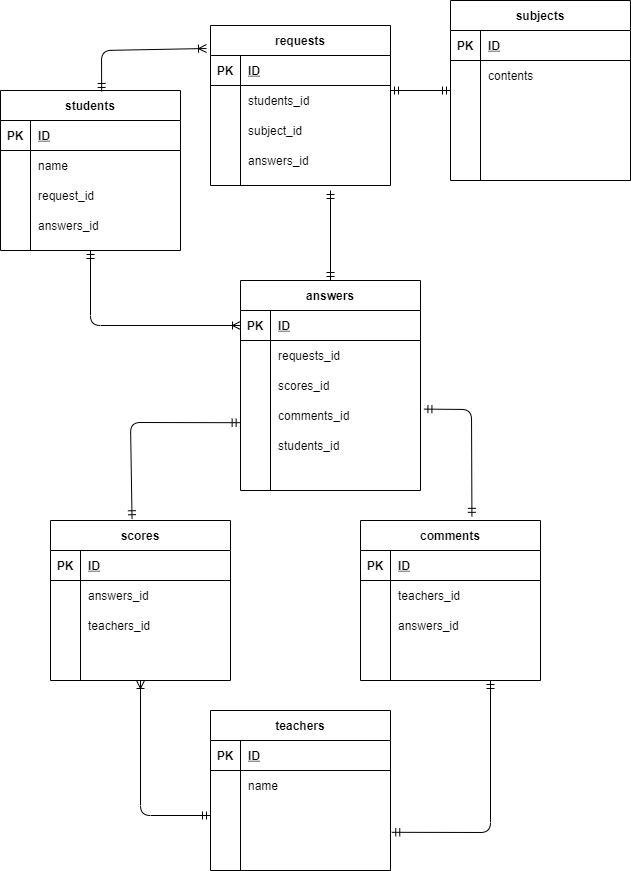
The draw.io diagram ER.drawio.png in bluemint56/coachtech-task6, before a commit. Source tidied: cells renumbered, new cells last; positions are measured from the earlier drawing's top-left corner, leaving out a move shared by most shapes.
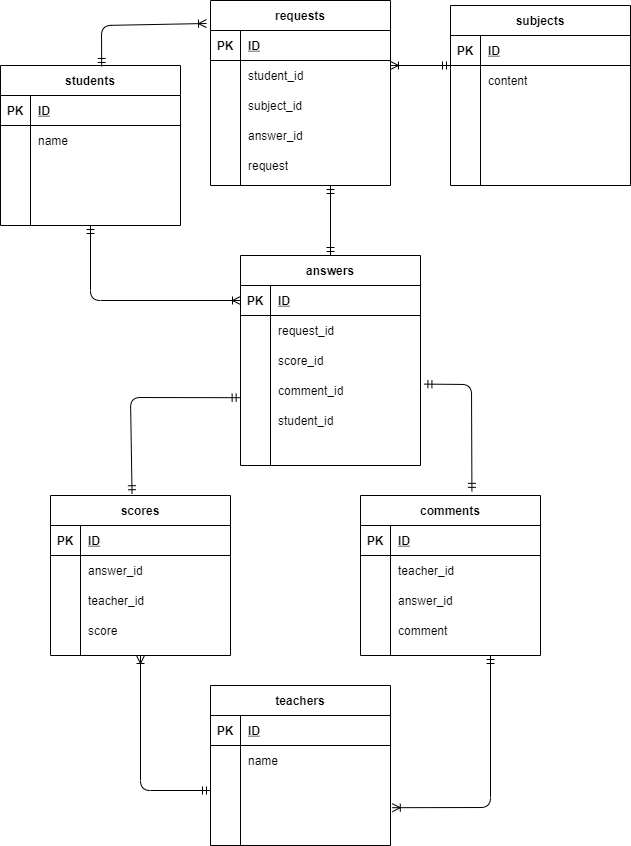
Above is the later version.

Commit message:
task6-ver3

What changed in the source:
```diff
@@ -29,7 +29,7 @@
     <mxCell id="10" style="shape=partialRectangle;fillColor=none;top=0;left=0;bottom=0;right=0;overflow=hidden;" parent="9" vertex="1">
       <mxGeometry width="30" height="30" as="geometry" />
     </mxCell>
-    <mxCell id="11" value="request_id" style="shape=partialRectangle;fillColor=none;top=0;left=0;bottom=0;right=0;align=left;spacingLeft=6;overflow=hidden;" parent="9" vertex="1">
+    <mxCell id="11" style="shape=partialRectangle;fillColor=none;top=0;left=0;bottom=0;right=0;align=left;spacingLeft=6;overflow=hidden;" parent="9" vertex="1">
       <mxGeometry x="30" width="150" height="30" as="geometry" />
     </mxCell>
     <mxCell id="12" style="shape=partialRectangle;fillColor=none;top=0;left=0;bottom=0;right=0;" parent="2" vertex="1">
@@ -38,7 +38,7 @@
     <mxCell id="13" style="shape=partialRectangle;fillColor=none;top=0;left=0;bottom=0;right=0;overflow=hidden;" parent="12" vertex="1">
       <mxGeometry width="30" height="30" as="geometry" />
     </mxCell>
-    <mxCell id="14" value="answers_id" style="shape=partialRectangle;fillColor=none;top=0;left=0;bottom=0;right=0;align=left;spacingLeft=6;overflow=hidden;" parent="12" vertex="1">
+    <mxCell id="14" style="shape=partialRectangle;fillColor=none;top=0;left=0;bottom=0;right=0;align=left;spacingLeft=6;overflow=hidden;" parent="12" vertex="1">
       <mxGeometry x="30" width="150" height="30" as="geometry" />
     </mxCell>
     <mxCell id="15" value="teachers" style="shape=table;startSize=30;rowLines=0;fontStyle=1;align=center;" parent="1" vertex="1">
@@ -81,7 +81,7 @@
       <mxGeometry x="30" width="150" height="30" as="geometry" />
     </mxCell>
     <mxCell id="28" value="subjects" style="shape=table;startSize=30;rowLines=0;fontStyle=1;align=center;" parent="1" vertex="1">
-      <mxGeometry x="450" width="180" height="180" as="geometry" />
+      <mxGeometry x="450" y="30" width="180" height="180" as="geometry" />
     </mxCell>
     <mxCell id="29" style="shape=partialRectangle;fillColor=none;top=0;left=0;bottom=1;right=0;" parent="28" vertex="1">
       <mxGeometry y="30" width="180" height="30" as="geometry" />
@@ -98,7 +98,7 @@
     <mxCell id="33" style="shape=partialRectangle;fillColor=none;top=0;left=0;bottom=0;right=0;overflow=hidden;" parent="32" vertex="1">
       <mxGeometry width="30" height="30" as="geometry" />
     </mxCell>
-    <mxCell id="34" value="contents" style="shape=partialRectangle;fillColor=none;top=0;left=0;bottom=0;right=0;align=left;spacingLeft=6;overflow=hidden;" parent="32" vertex="1">
+    <mxCell id="34" value="content" style="shape=partialRectangle;fillColor=none;top=0;left=0;bottom=0;right=0;align=left;spacingLeft=6;overflow=hidden;" parent="32" vertex="1">
       <mxGeometry x="30" width="150" height="30" as="geometry" />
     </mxCell>
     <mxCell id="35" style="shape=partialRectangle;fillColor=none;top=0;left=0;bottom=0;right=0;" parent="28" vertex="1">
@@ -146,7 +146,7 @@
     <mxCell id="49" style="shape=partialRectangle;fillColor=none;top=0;left=0;bottom=0;right=0;overflow=hidden;" parent="48" vertex="1">
       <mxGeometry width="30" height="30" as="geometry" />
     </mxCell>
-    <mxCell id="50" value="requests_id" style="shape=partialRectangle;fillColor=none;top=0;left=0;bottom=0;right=0;align=left;spacingLeft=6;overflow=hidden;" parent="48" vertex="1">
+    <mxCell id="50" value="request_id" style="shape=partialRectangle;fillColor=none;top=0;left=0;bottom=0;right=0;align=left;spacingLeft=6;overflow=hidden;" parent="48" vertex="1">
       <mxGeometry x="30" width="150" height="30" as="geometry" />
     </mxCell>
     <mxCell id="51" style="shape=partialRectangle;fillColor=none;top=0;left=0;bottom=0;right=0;" parent="44" vertex="1">
@@ -155,7 +155,7 @@
     <mxCell id="52" style="shape=partialRectangle;fillColor=none;top=0;left=0;bottom=0;right=0;overflow=hidden;" parent="51" vertex="1">
       <mxGeometry width="30" height="30" as="geometry" />
     </mxCell>
-    <mxCell id="53" value="scores_id" style="shape=partialRectangle;fillColor=none;top=0;left=0;bottom=0;right=0;align=left;spacingLeft=6;overflow=hidden;" parent="51" vertex="1">
+    <mxCell id="53" value="score_id" style="shape=partialRectangle;fillColor=none;top=0;left=0;bottom=0;right=0;align=left;spacingLeft=6;overflow=hidden;" parent="51" vertex="1">
       <mxGeometry x="30" width="150" height="30" as="geometry" />
     </mxCell>
     <mxCell id="54" style="shape=partialRectangle;fillColor=none;top=0;left=0;bottom=0;right=0;points=[[0,0.5],[1,0.5]];portConstraint=eastwest;" parent="44" vertex="1">
@@ -164,7 +164,7 @@
     <mxCell id="55" style="shape=partialRectangle;fillColor=none;top=0;left=0;bottom=0;right=0;overflow=hidden;" parent="54" vertex="1">
       <mxGeometry width="30" height="30" as="geometry" />
     </mxCell>
-    <mxCell id="56" value="comments_id" style="shape=partialRectangle;fillColor=none;top=0;left=0;bottom=0;right=0;align=left;spacingLeft=6;overflow=hidden;" parent="54" vertex="1">
+    <mxCell id="56" value="comment_id" style="shape=partialRectangle;fillColor=none;top=0;left=0;bottom=0;right=0;align=left;spacingLeft=6;overflow=hidden;" parent="54" vertex="1">
       <mxGeometry x="30" width="150" height="30" as="geometry" />
     </mxCell>
     <mxCell id="57" style="shape=partialRectangle;fillColor=none;top=0;left=0;bottom=0;right=0;" parent="44" vertex="1">
@@ -173,7 +173,7 @@
     <mxCell id="58" style="shape=partialRectangle;fillColor=none;top=0;left=0;bottom=0;right=0;overflow=hidden;" parent="57" vertex="1">
       <mxGeometry width="30" height="30" as="geometry" />
     </mxCell>
-    <mxCell id="59" value="students_id" style="shape=partialRectangle;fillColor=none;top=0;left=0;bottom=0;right=0;align=left;spacingLeft=6;overflow=hidden;" parent="57" vertex="1">
+    <mxCell id="59" value="student_id" style="shape=partialRectangle;fillColor=none;top=0;left=0;bottom=0;right=0;align=left;spacingLeft=6;overflow=hidden;" parent="57" vertex="1">
       <mxGeometry x="30" width="150" height="30" as="geometry" />
     </mxCell>
     <mxCell id="60" style="shape=partialRectangle;fillColor=none;top=0;left=0;bottom=0;right=0;" parent="44" vertex="1">
@@ -203,7 +203,7 @@
     <mxCell id="68" style="shape=partialRectangle;fillColor=none;top=0;left=0;bottom=0;right=0;overflow=hidden;" parent="67" vertex="1">
       <mxGeometry width="30" height="30" as="geometry" />
     </mxCell>
-    <mxCell id="69" value="answers_id" style="shape=partialRectangle;fillColor=none;top=0;left=0;bottom=0;right=0;align=left;spacingLeft=6;overflow=hidden;" parent="67" vertex="1">
+    <mxCell id="69" value="answer_id" style="shape=partialRectangle;fillColor=none;top=0;left=0;bottom=0;right=0;align=left;spacingLeft=6;overflow=hidden;" parent="67" vertex="1">
       <mxGeometry x="30" width="150" height="30" as="geometry" />
     </mxCell>
     <mxCell id="70" style="shape=partialRectangle;fillColor=none;top=0;left=0;bottom=0;right=0;" parent="63" vertex="1">
@@ -212,7 +212,7 @@
     <mxCell id="71" style="shape=partialRectangle;fillColor=none;top=0;left=0;bottom=0;right=0;overflow=hidden;" parent="70" vertex="1">
       <mxGeometry width="30" height="30" as="geometry" />
     </mxCell>
-    <mxCell id="72" value="teachers_id" style="shape=partialRectangle;fillColor=none;top=0;left=0;bottom=0;right=0;align=left;spacingLeft=6;overflow=hidden;" parent="70" vertex="1">
+    <mxCell id="72" value="teacher_id" style="shape=partialRectangle;fillColor=none;top=0;left=0;bottom=0;right=0;align=left;spacingLeft=6;overflow=hidden;" parent="70" vertex="1">
       <mxGeometry x="30" width="150" height="30" as="geometry" />
     </mxCell>
     <mxCell id="73" style="shape=partialRectangle;fillColor=none;top=0;left=0;bottom=0;right=0;" parent="63" vertex="1">
@@ -221,7 +221,7 @@
     <mxCell id="74" style="shape=partialRectangle;fillColor=none;top=0;left=0;bottom=0;right=0;overflow=hidden;" parent="73" vertex="1">
       <mxGeometry width="30" height="30" as="geometry" />
     </mxCell>
-    <mxCell id="75" style="shape=partialRectangle;fillColor=none;top=0;left=0;bottom=0;right=0;align=left;spacingLeft=6;overflow=hidden;" parent="73" vertex="1">
+    <mxCell id="75" value="score" style="shape=partialRectangle;fillColor=none;top=0;left=0;bottom=0;right=0;align=left;spacingLeft=6;overflow=hidden;" parent="73" vertex="1">
       <mxGeometry x="30" width="150" height="30" as="geometry" />
     </mxCell>
     <mxCell id="76" value="comments" style="shape=table;startSize=30;rowLines=0;fontStyle=1;align=center;" parent="1" vertex="1">
@@ -242,7 +242,7 @@
     <mxCell id="81" style="shape=partialRectangle;fillColor=none;top=0;left=0;bottom=0;right=0;overflow=hidden;" parent="80" vertex="1">
       <mxGeometry width="30" height="30" as="geometry" />
     </mxCell>
-    <mxCell id="82" value="teachers_id" style="shape=partialRectangle;fillColor=none;top=0;left=0;bottom=0;right=0;align=left;spacingLeft=6;overflow=hidden;" parent="80" vertex="1">
+    <mxCell id="82" value="teacher_id" style="shape=partialRectangle;fillColor=none;top=0;left=0;bottom=0;right=0;align=left;spacingLeft=6;overflow=hidden;" parent="80" vertex="1">
       <mxGeometry x="30" width="150" height="30" as="geometry" />
     </mxCell>
     <mxCell id="83" style="shape=partialRectangle;fillColor=none;top=0;left=0;bottom=0;right=0;" parent="76" vertex="1">
@@ -251,7 +251,7 @@
     <mxCell id="84" style="shape=partialRectangle;fillColor=none;top=0;left=0;bottom=0;right=0;overflow=hidden;" parent="83" vertex="1">
       <mxGeometry width="30" height="30" as="geometry" />
     </mxCell>
-    <mxCell id="85" value="answers_id" style="shape=partialRectangle;fillColor=none;top=0;left=0;bottom=0;right=0;align=left;spacingLeft=6;overflow=hidden;" parent="83" vertex="1">
+    <mxCell id="85" value="answer_id" style="shape=partialRectangle;fillColor=none;top=0;left=0;bottom=0;right=0;align=left;spacingLeft=6;overflow=hidden;" parent="83" vertex="1">
       <mxGeometry x="30" width="150" height="30" as="geometry" />
     </mxCell>
     <mxCell id="86" style="shape=partialRectangle;fillColor=none;top=0;left=0;bottom=0;right=0;" parent="76" vertex="1">
@@ -260,7 +260,7 @@
     <mxCell id="87" style="shape=partialRectangle;fillColor=none;top=0;left=0;bottom=0;right=0;overflow=hidden;" parent="86" vertex="1">
       <mxGeometry width="30" height="30" as="geometry" />
     </mxCell>
-    <mxCell id="88" style="shape=partialRectangle;fillColor=none;top=0;left=0;bottom=0;right=0;align=left;spacingLeft=6;overflow=hidden;" parent="86" vertex="1">
+    <mxCell id="88" value="comment" style="shape=partialRectangle;fillColor=none;top=0;left=0;bottom=0;right=0;align=left;spacingLeft=6;overflow=hidden;" parent="86" vertex="1">
       <mxGeometry x="30" width="150" height="30" as="geometry" />
     </mxCell>
     <mxCell id="89" style="endArrow=ERoneToMany;html=1;rounded=1;startArrow=ERmandOne;startFill=0;endFill=0;entryX=0.5;entryY=1;entryDx=0;entryDy=0;exitX=0;exitY=0.5;exitDx=0;exitDy=0;" parent="1" edge="1" source="22" target="63">
@@ -279,12 +279,12 @@
     </mxCell>
     <mxCell id="91" style="endArrow=ERmandOne;html=1;rounded=1;startArrow=ERmandOne;startFill=0;endFill=0;entryX=0.5;entryY=0;entryDx=0;entryDy=0;" parent="1" edge="1" target="44">
       <mxGeometry relative="1" as="geometry">
-        <mxPoint x="330" y="190" as="sourcePoint" />
+        <mxPoint x="330" y="210" as="sourcePoint" />
       </mxGeometry>
     </mxCell>
-    <mxCell id="92" style="endArrow=ERmandOne;html=1;rounded=1;startArrow=ERmandOne;startFill=0;endFill=0;exitX=1.007;exitY=0.06;exitDx=0;exitDy=0;exitPerimeter=0;" parent="1" edge="1" source="25">
+    <mxCell id="92" style="endArrow=ERoneToMany;html=1;rounded=1;startArrow=ERmandOne;startFill=0;endFill=0;entryX=1.01;entryY=0.073;entryDx=0;entryDy=0;entryPerimeter=0;" parent="1" edge="1" target="25">
       <mxGeometry relative="1" as="geometry">
-        <mxPoint x="490" y="680" as="targetPoint" />
+        <mxPoint x="490" y="680" as="sourcePoint" />
         <Array as="points">
           <mxPoint x="490" y="832" />
         </Array>
@@ -298,7 +298,7 @@
         </Array>
       </mxGeometry>
     </mxCell>
-    <mxCell id="94" style="endArrow=ERmandOne;html=1;rounded=1;startArrow=ERmandOne;startFill=0;endFill=0;" parent="1" edge="1">
+    <mxCell id="94" style="endArrow=ERmandOne;html=1;rounded=1;startArrow=ERoneToMany;startFill=0;endFill=0;" parent="1" edge="1">
       <mxGeometry relative="1" as="geometry">
         <mxPoint x="390" y="90" as="sourcePoint" />
         <mxPoint x="450" y="90" as="targetPoint" />
@@ -312,7 +312,7 @@
       </mxGeometry>
     </mxCell>
     <mxCell id="96" value="requests" style="shape=table;startSize=30;rowLines=0;fontStyle=1;align=center;" parent="1" vertex="1">
-      <mxGeometry x="210" y="25" width="180" height="160" as="geometry" />
+      <mxGeometry x="210" y="25" width="180" height="185" as="geometry" />
     </mxCell>
     <mxCell id="97" style="shape=partialRectangle;fillColor=none;top=0;left=0;bottom=1;right=0;" parent="96" vertex="1">
       <mxGeometry y="30" width="180" height="30" as="geometry" />
@@ -329,7 +329,7 @@
     <mxCell id="101" style="shape=partialRectangle;fillColor=none;top=0;left=0;bottom=0;right=0;overflow=hidden;" parent="100" vertex="1">
       <mxGeometry width="30" height="30" as="geometry" />
     </mxCell>
-    <mxCell id="102" value="students_id" style="shape=partialRectangle;fillColor=none;top=0;left=0;bottom=0;right=0;align=left;spacingLeft=6;overflow=hidden;" parent="100" vertex="1">
+    <mxCell id="102" value="student_id" style="shape=partialRectangle;fillColor=none;top=0;left=0;bottom=0;right=0;align=left;spacingLeft=6;overflow=hidden;" parent="100" vertex="1">
       <mxGeometry x="30" width="150" height="30" as="geometry" />
     </mxCell>
     <mxCell id="103" style="shape=partialRectangle;fillColor=none;top=0;left=0;bottom=0;right=0;" parent="96" vertex="1">
@@ -347,9 +347,18 @@
     <mxCell id="107" style="shape=partialRectangle;fillColor=none;top=0;left=0;bottom=0;right=0;overflow=hidden;" parent="106" vertex="1">
       <mxGeometry width="30" height="30" as="geometry" />
     </mxCell>
-    <mxCell id="108" value="answers_id" style="shape=partialRectangle;fillColor=none;top=0;left=0;bottom=0;right=0;align=left;spacingLeft=6;overflow=hidden;" parent="106" vertex="1">
+    <mxCell id="108" value="answer_id" style="shape=partialRectangle;fillColor=none;top=0;left=0;bottom=0;right=0;align=left;spacingLeft=6;overflow=hidden;" parent="106" vertex="1">
       <mxGeometry x="30" width="150" height="30" as="geometry" />
     </mxCell>
+    <mxCell id="110" style="shape=partialRectangle;fillColor=none;top=0;left=0;bottom=0;right=0;" parent="96" vertex="1">
+      <mxGeometry y="150" width="180" height="30" as="geometry" />
+    </mxCell>
+    <mxCell id="111" style="shape=partialRectangle;fillColor=none;top=0;left=0;bottom=0;right=0;overflow=hidden;" parent="110" vertex="1">
+      <mxGeometry width="30" height="30" as="geometry" />
+    </mxCell>
+    <mxCell id="112" value="request" style="shape=partialRectangle;fillColor=none;top=0;left=0;bottom=0;right=0;align=left;spacingLeft=6;overflow=hidden;" parent="110" vertex="1">
+      <mxGeometry x="30" width="150" height="30" as="geometry" />
+    </mxCell>
     <mxCell id="109" style="endArrow=ERmandOne;html=1;rounded=1;startArrow=ERmandOne;startFill=0;endFill=0;exitX=1.019;exitY=0.287;exitDx=0;exitDy=0;exitPerimeter=0;entryX=0.619;entryY=-0.026;entryDx=0;entryDy=0;entryPerimeter=0;" parent="1" edge="1" source="54" target="76">
       <mxGeometry relative="1" as="geometry">
         <Array as="points">
```
